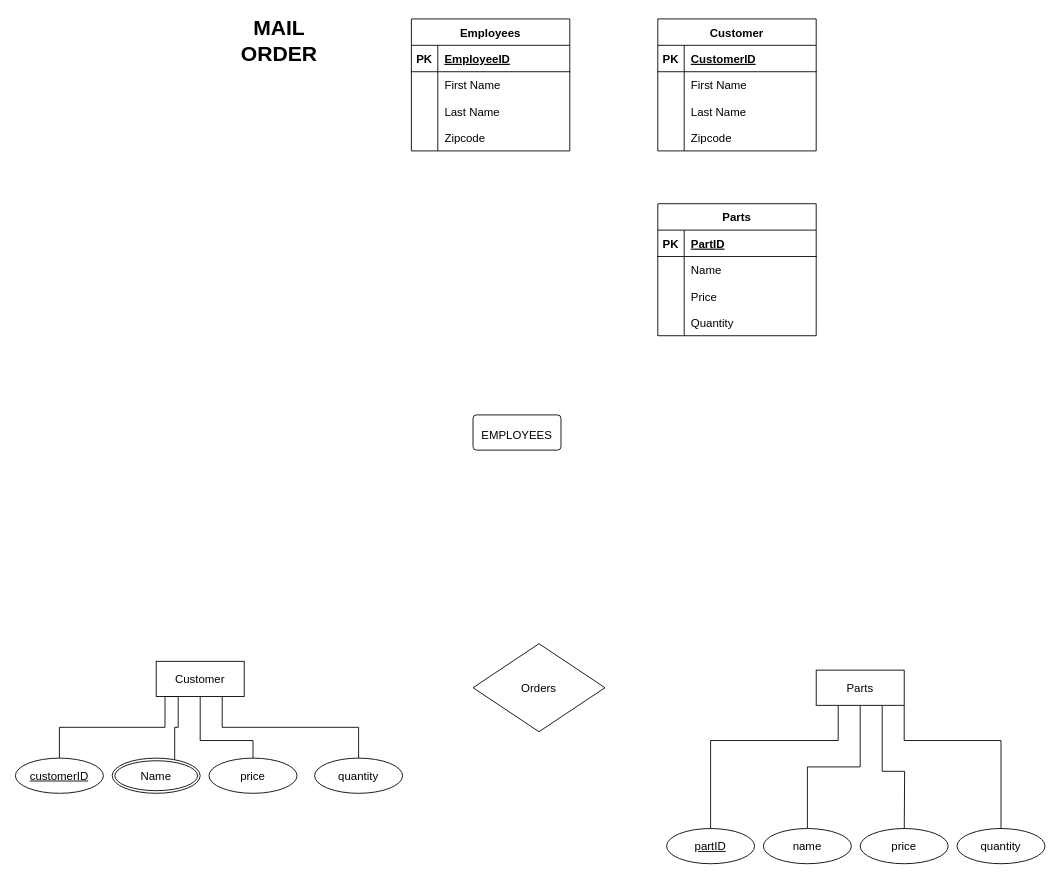
Above: Untitled Diagram.drawio in Shoe-b/JetBrains-Easy (draw.io), before the change. Source tidied: cells renumbered, new cells numbered last; positions are measured from the earlier drawing's top-left corner, leaving out a move shared by most shapes. Both pictures are drawn from the tidied source at 88%, with x=0, y=0 at pixel (15, 18).
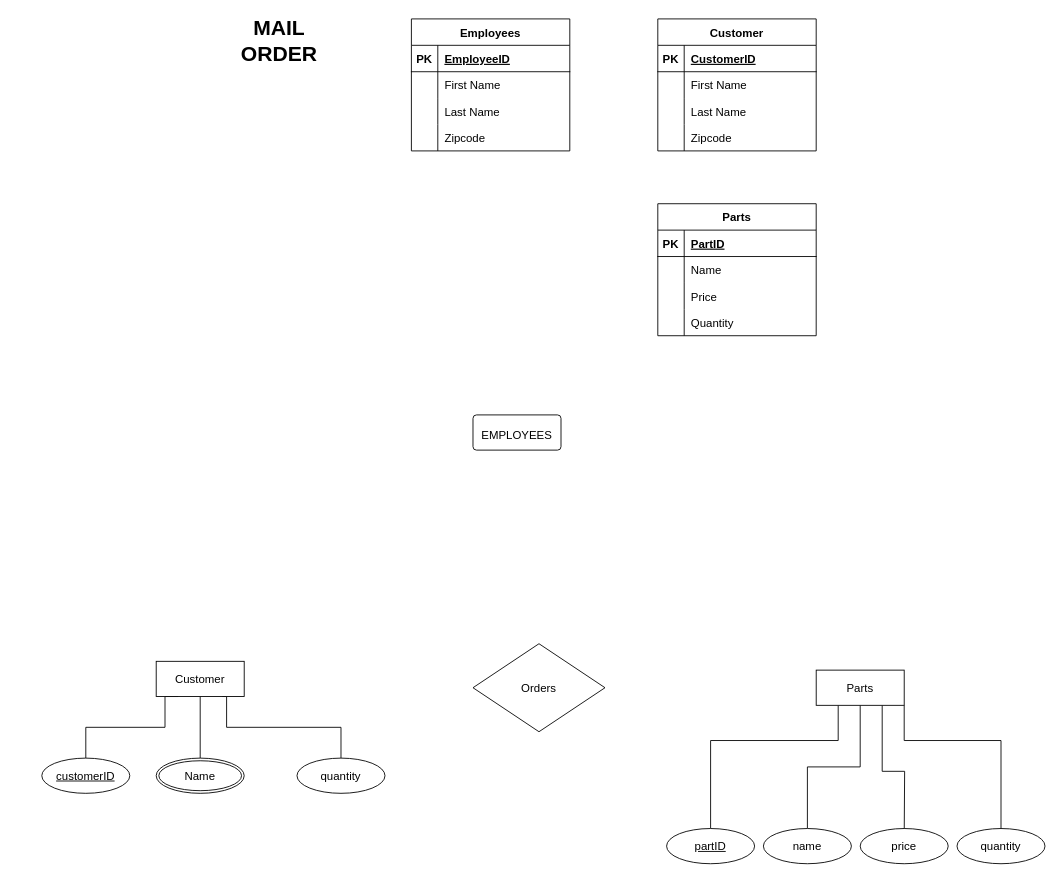
After the change.

Unchanged cells that the change refers to:
```xml
<mxCell id="47" value="Customer" style="whiteSpace=wrap;html=1;align=center;fontSize=13;" parent="1" vertex="1">
  <mxGeometry x="160" y="730" width="100" height="40" as="geometry" />
</mxCell>
```

Diff of the diagram source:
```diff
@@
     <mxCell id="43" style="edgeStyle=orthogonalEdgeStyle;rounded=0;jettySize=auto;html=1;exitX=0.25;exitY=1;exitDx=0;exitDy=0;fontSize=13;endArrow=none;endFill=0;entryX=0.5;entryY=0;entryDx=0;entryDy=0;" parent="1" edge="1" source="47" target="58">
       <mxGeometry relative="1" as="geometry">
         <Array as="points">
           <mxPoint x="170" y="770" />
           <mxPoint x="170" y="805" />
-          <mxPoint x="50" y="805" />
+          <mxPoint x="80" y="805" />
         </Array>
       </mxGeometry>
     </mxCell>
+    <mxCell id="45" style="edgeStyle=orthogonalEdgeStyle;rounded=0;jettySize=auto;html=1;exitX=0.5;exitY=1;exitDx=0;exitDy=0;fontSize=13;endArrow=none;endFill=0;entryX=0.5;entryY=0;entryDx=0;entryDy=0;" parent="1" edge="1" source="47" target="61">
+      <mxGeometry relative="1" as="geometry" />
+    </mxCell>
     <mxCell id="44" style="edgeStyle=orthogonalEdgeStyle;rounded=0;jettySize=auto;html=1;exitX=0.75;exitY=1;exitDx=0;exitDy=0;entryX=0.5;entryY=0;entryDx=0;entryDy=0;fontSize=13;endArrow=none;endFill=0;" parent="1" edge="1" source="47" target="60">
-      <mxGeometry relative="1" as="geometry" />
+      <mxGeometry relative="1" as="geometry">
+        <Array as="points">
+          <mxPoint x="240" y="770" />
+          <mxPoint x="240" y="805" />
+          <mxPoint x="370" y="805" />
+        </Array>
+      </mxGeometry>
     </mxCell>
-    <mxCell id="45" style="edgeStyle=orthogonalEdgeStyle;rounded=0;jettySize=auto;html=1;exitX=0.25;exitY=1;exitDx=0;exitDy=0;entryX=0.71;entryY=0.05;entryDx=0;entryDy=0;entryPerimeter=0;fontSize=13;endArrow=none;endFill=0;" parent="1" edge="1" source="47" target="61">
-      <mxGeometry relative="1" as="geometry" />
-    </mxCell>
-    <mxCell id="46" style="edgeStyle=orthogonalEdgeStyle;rounded=0;jettySize=auto;html=1;exitX=0.5;exitY=1;exitDx=0;exitDy=0;fontSize=13;endArrow=none;endFill=0;" parent="1" edge="1" source="47" target="59">
-      <mxGeometry relative="1" as="geometry">
-        <Array as="points">
-          <mxPoint x="210" y="820" />
-          <mxPoint x="270" y="820" />
-        </Array>
-      </mxGeometry>
-    </mxCell>
@@
     <mxCell id="58" value="&lt;u&gt;customerID&lt;/u&gt;" style="ellipse;whiteSpace=wrap;html=1;align=center;fontSize=13;" parent="1" vertex="1">
-      <mxGeometry y="840" width="100" height="40" as="geometry" />
+      <mxGeometry x="30" y="840" width="100" height="40" as="geometry" />
     </mxCell>
-    <mxCell id="59" value="price" style="ellipse;whiteSpace=wrap;html=1;align=center;fontSize=13;" parent="1" vertex="1">
-      <mxGeometry x="220" y="840" width="100" height="40" as="geometry" />
-    </mxCell>
     <mxCell id="60" value="quantity" style="ellipse;whiteSpace=wrap;html=1;align=center;fontSize=13;" parent="1" vertex="1">
-      <mxGeometry x="340" y="840" width="100" height="40" as="geometry" />
+      <mxGeometry x="320" y="840" width="100" height="40" as="geometry" />
     </mxCell>
     <mxCell id="61" value="Name" style="ellipse;shape=doubleEllipse;margin=3;whiteSpace=wrap;html=1;align=center;fontSize=13;" parent="1" vertex="1">
-      <mxGeometry x="110" y="840" width="100" height="40" as="geometry" />
+      <mxGeometry x="160" y="840" width="100" height="40" as="geometry" />
     </mxCell>
```
